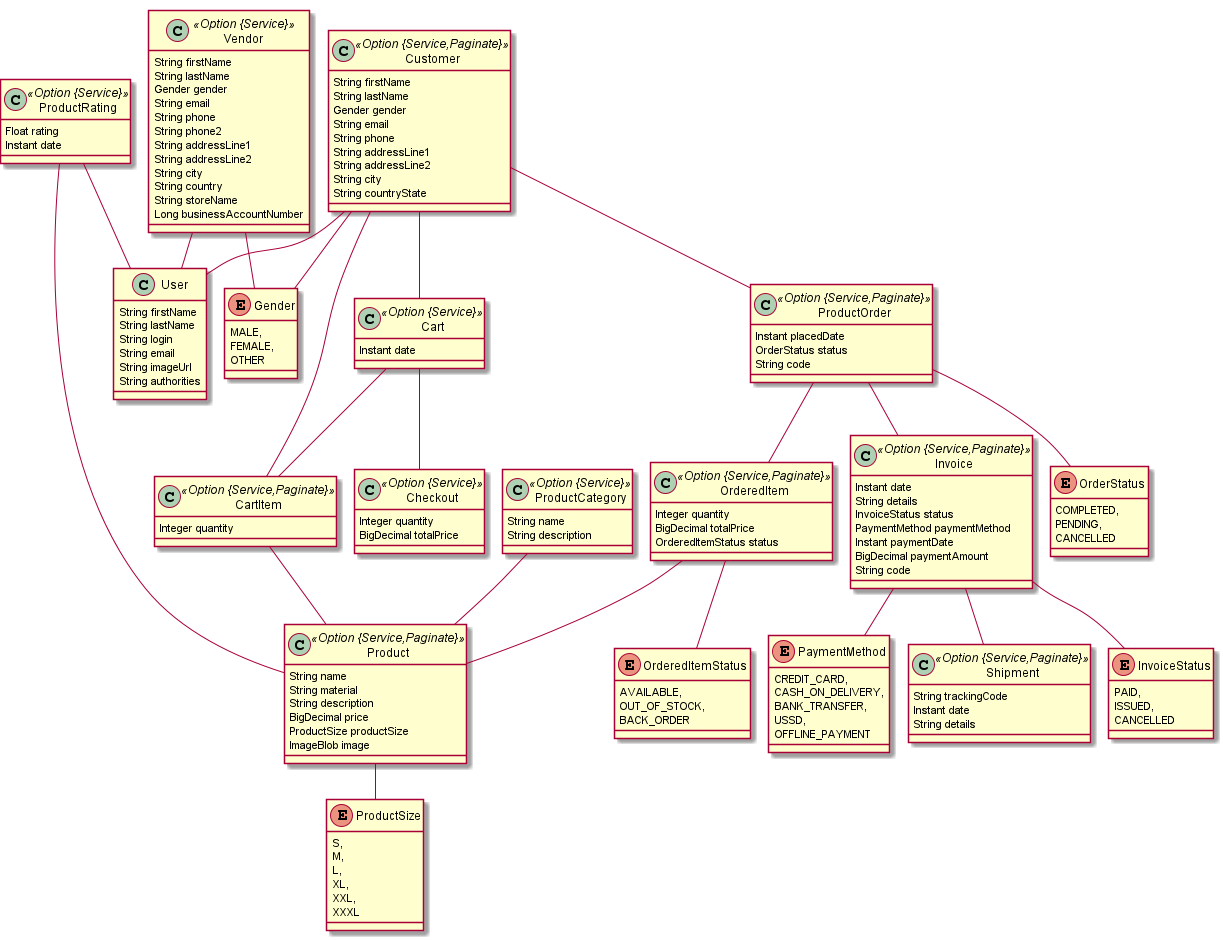
Above: online-store.png in ZraelTz/online-store (PlantUML), before the change.
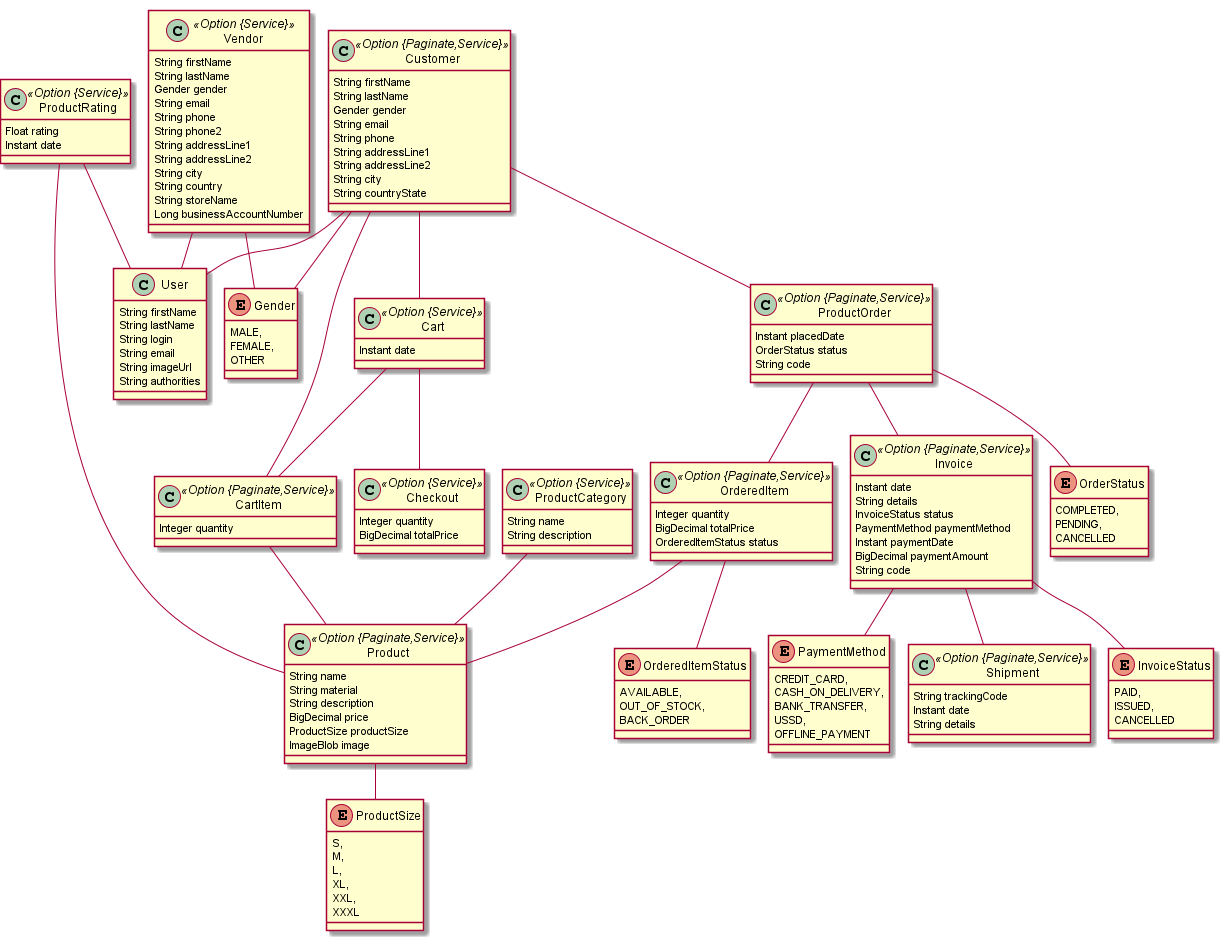
The same diagram one commit later.

Diff of the diagram source:
```diff
@@ -1,7 +1,7 @@
 @startuml
 	!pragma graphviz_dot jdot
 	!pragma syntax class
-	class Customer <<Option {Service,Paginate}>> {
+	class Customer <<Option {Paginate,Service}>> {
 		String firstName
 		String lastName
 		Gender gender
@@ -13,7 +13,7 @@
 		String countryState
 	}
 	Customer ..> Gender
-	class Invoice <<Option {Service,Paginate}>> {
+	class Invoice <<Option {Paginate,Service}>> {
 		Instant date
 		String details
 		InvoiceStatus status
@@ -24,7 +24,7 @@
 	}
 	Invoice ..> InvoiceStatus
 	Invoice ..> PaymentMethod
-	class OrderedItem <<Option {Service,Paginate}>> {
+	class OrderedItem <<Option {Paginate,Service}>> {
 		Integer quantity
 		BigDecimal totalPrice
 		OrderedItemStatus status
@@ -34,7 +34,7 @@
 		Integer quantity
 		BigDecimal totalPrice
 	}
-	class Product <<Option {Service,Paginate}>> {
+	class Product <<Option {Paginate,Service}>> {
 		String name
 		String material
 		String description
@@ -47,7 +47,7 @@
 		String name
 		String description
 	}
-	class ProductOrder <<Option {Service,Paginate}>> {
+	class ProductOrder <<Option {Paginate,Service}>> {
 		Instant placedDate
 		OrderStatus status
 		String code
@@ -57,7 +57,7 @@
 		Float rating
 		Instant date
 	}
-	class Shipment <<Option {Service,Paginate}>> {
+	class Shipment <<Option {Paginate,Service}>> {
 		String trackingCode
 		Instant date
 		String details
@@ -65,7 +65,7 @@
 	class Cart <<Option {Service}>> {
 		Instant date
 	}
-	class CartItem <<Option {Service,Paginate}>> {
+	class CartItem <<Option {Paginate,Service}>> {
 		Integer quantity
 	}
 	class Vendor <<Option {Service}>> {
```
